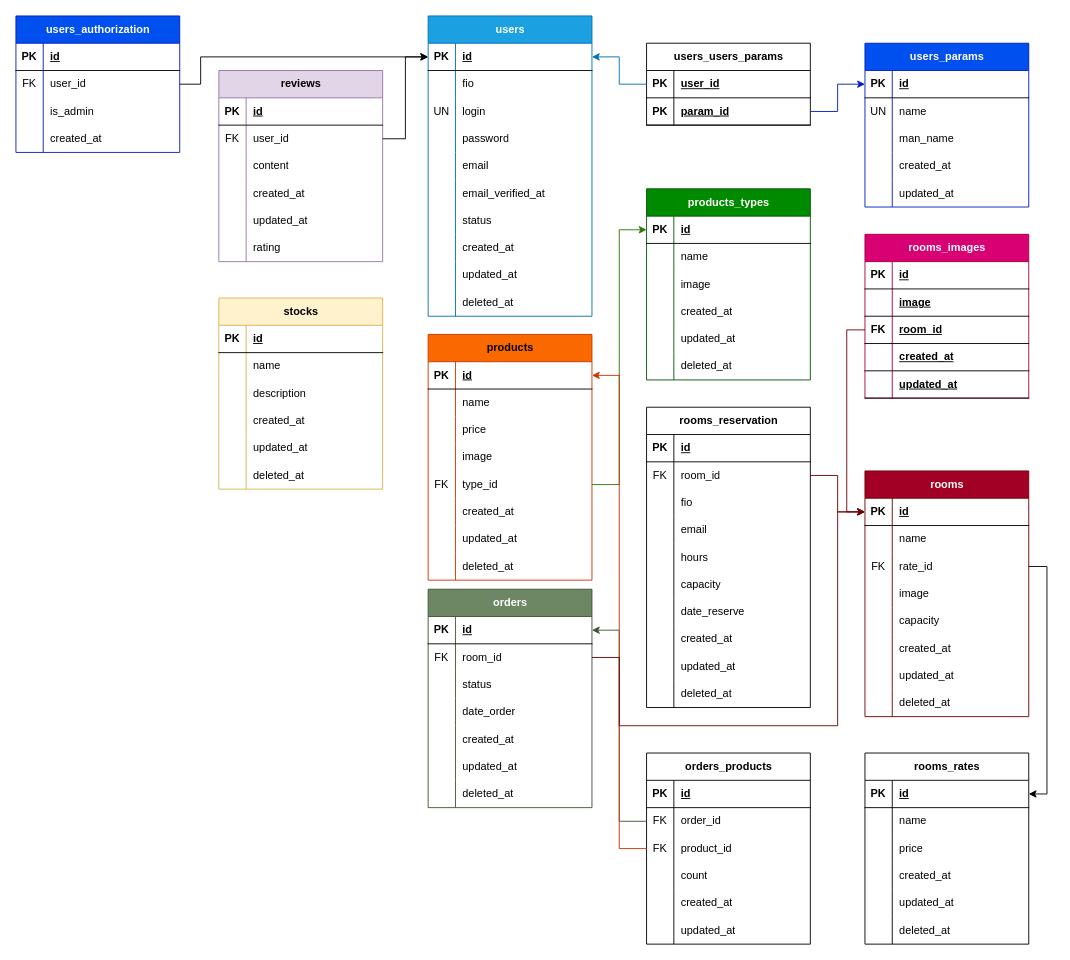
This is page "Логическая" (2 of 3) of public/documents/time_cafe.drawio from MrCrross/timecafe, a draw.io file, before an edit. Source tidied: cells renumbered, new cells numbered last; positions are measured from the earlier drawing's top-left corner, leaving out a move shared by most shapes. Both pictures are drawn from the tidied source at 91%, with x=0, y=0 at pixel (15, 15).
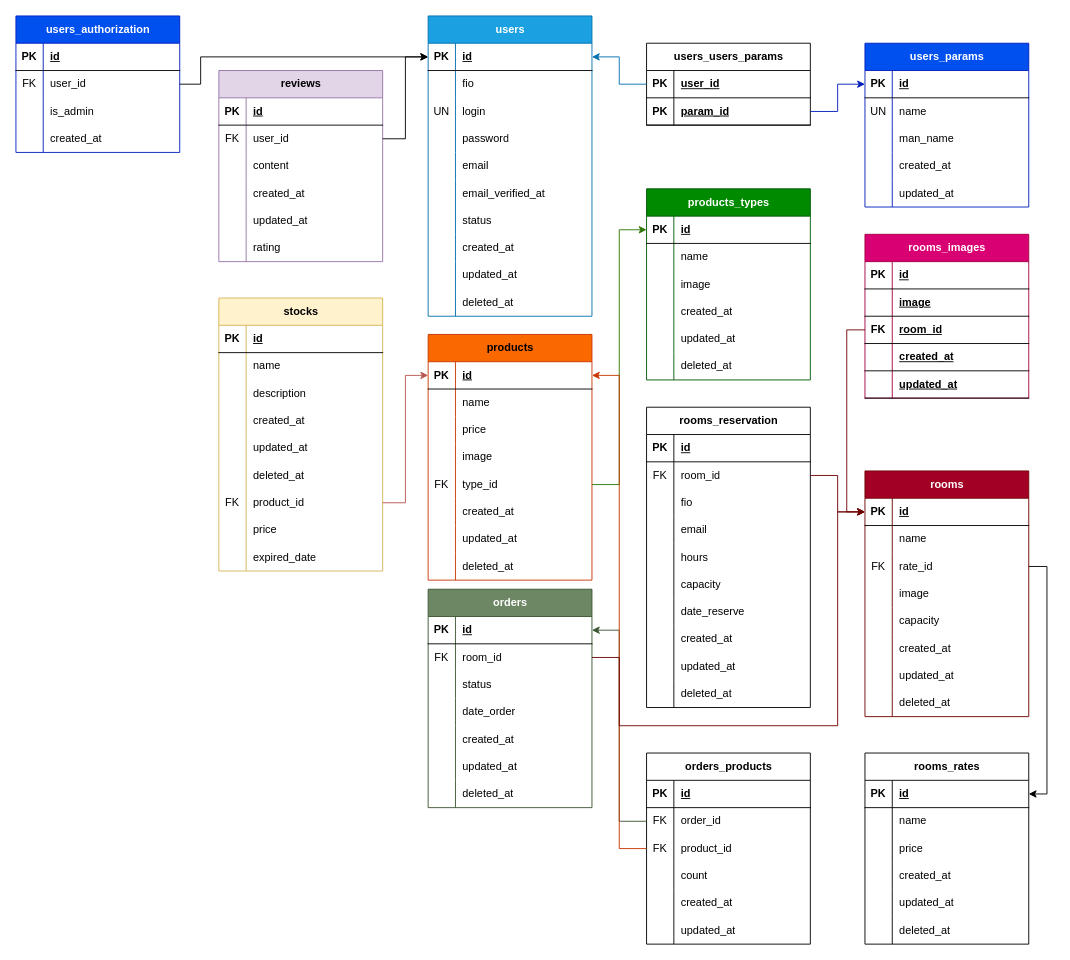
After the change.

Unchanged cells that the change refers to:
```xml
<mxCell id="57" style="shape=tableRow;horizontal=0;startSize=0;swimlaneHead=0;swimlaneBody=0;fillColor=none;points=[[0,0.5],[1,0.5]];portConstraint=eastwest;top=0;left=0;right=0;bottom=1;" parent="56" vertex="1">
  <mxGeometry y="30" width="180" height="30" as="geometry" />
</mxCell>
```

What changed in the source:
```diff
@@
     <mxCell id="260" value="stocks" style="shape=table;startSize=30;childLayout=tableLayout;rowLines=0;fontStyle=1;align=center;html=1;fillColor=#fff2cc;strokeColor=#d6b656;" parent="1" vertex="1">
-      <mxGeometry x="223" y="310" width="180" height="210" as="geometry" />
+      <mxGeometry x="223" y="310" width="180" height="300" as="geometry" />
     </mxCell>
@@
+    <mxCell id="294" style="shape=tableRow;horizontal=0;startSize=0;swimlaneHead=0;swimlaneBody=0;fillColor=none;points=[[0,0.5],[1,0.5]];portConstraint=eastwest;top=0;left=0;right=0;bottom=0;" parent="260" vertex="1">
+      <mxGeometry y="210" width="180" height="30" as="geometry" />
+    </mxCell>
+    <mxCell id="295" value="FK" style="shape=partialRectangle;fillColor=none;top=0;left=0;bottom=0;right=0;overflow=hidden;whiteSpace=wrap;html=1;" parent="294" vertex="1">
+      <mxGeometry width="30" height="30" as="geometry" />
+    </mxCell>
+    <mxCell id="296" value="product_id" style="shape=partialRectangle;fillColor=none;top=0;left=0;bottom=0;right=0;align=left;spacingLeft=6;overflow=hidden;whiteSpace=wrap;html=1;" parent="294" vertex="1">
+      <mxGeometry x="30" width="150" height="30" as="geometry" />
+    </mxCell>
+    <mxCell id="297" style="shape=tableRow;horizontal=0;startSize=0;swimlaneHead=0;swimlaneBody=0;fillColor=none;top=0;left=0;right=0;bottom=0;" parent="260" vertex="1">
+      <mxGeometry y="240" width="180" height="30" as="geometry" />
+    </mxCell>
+    <mxCell id="298" style="shape=partialRectangle;fillColor=none;top=0;left=0;bottom=0;right=0;overflow=hidden;whiteSpace=wrap;html=1;" parent="297" vertex="1">
+      <mxGeometry width="30" height="30" as="geometry" />
+    </mxCell>
+    <mxCell id="299" value="price" style="shape=partialRectangle;fillColor=none;top=0;left=0;bottom=0;right=0;align=left;spacingLeft=6;overflow=hidden;whiteSpace=wrap;html=1;" parent="297" vertex="1">
+      <mxGeometry x="30" width="150" height="30" as="geometry" />
+    </mxCell>
+    <mxCell id="300" style="shape=tableRow;horizontal=0;startSize=0;swimlaneHead=0;swimlaneBody=0;fillColor=none;top=0;left=0;right=0;bottom=0;" parent="260" vertex="1">
+      <mxGeometry y="270" width="180" height="30" as="geometry" />
+    </mxCell>
+    <mxCell id="301" style="shape=partialRectangle;fillColor=none;top=0;left=0;bottom=0;right=0;overflow=hidden;whiteSpace=wrap;html=1;" parent="300" vertex="1">
+      <mxGeometry width="30" height="30" as="geometry" />
+    </mxCell>
+    <mxCell id="302" value="expired_date" style="shape=partialRectangle;fillColor=none;top=0;left=0;bottom=0;right=0;align=left;spacingLeft=6;overflow=hidden;whiteSpace=wrap;html=1;" parent="300" vertex="1">
+      <mxGeometry x="30" width="150" height="30" as="geometry" />
+    </mxCell>
@@
+    <mxCell id="303" style="edgeStyle=orthogonalEdgeStyle;rounded=0;jettySize=auto;html=1;entryX=0;entryY=0.5;entryDx=0;entryDy=0;fillColor=#f8cecc;strokeColor=#b85450;" parent="1" edge="1" source="294" target="57">
+      <mxGeometry relative="1" as="geometry" />
+    </mxCell>
```
